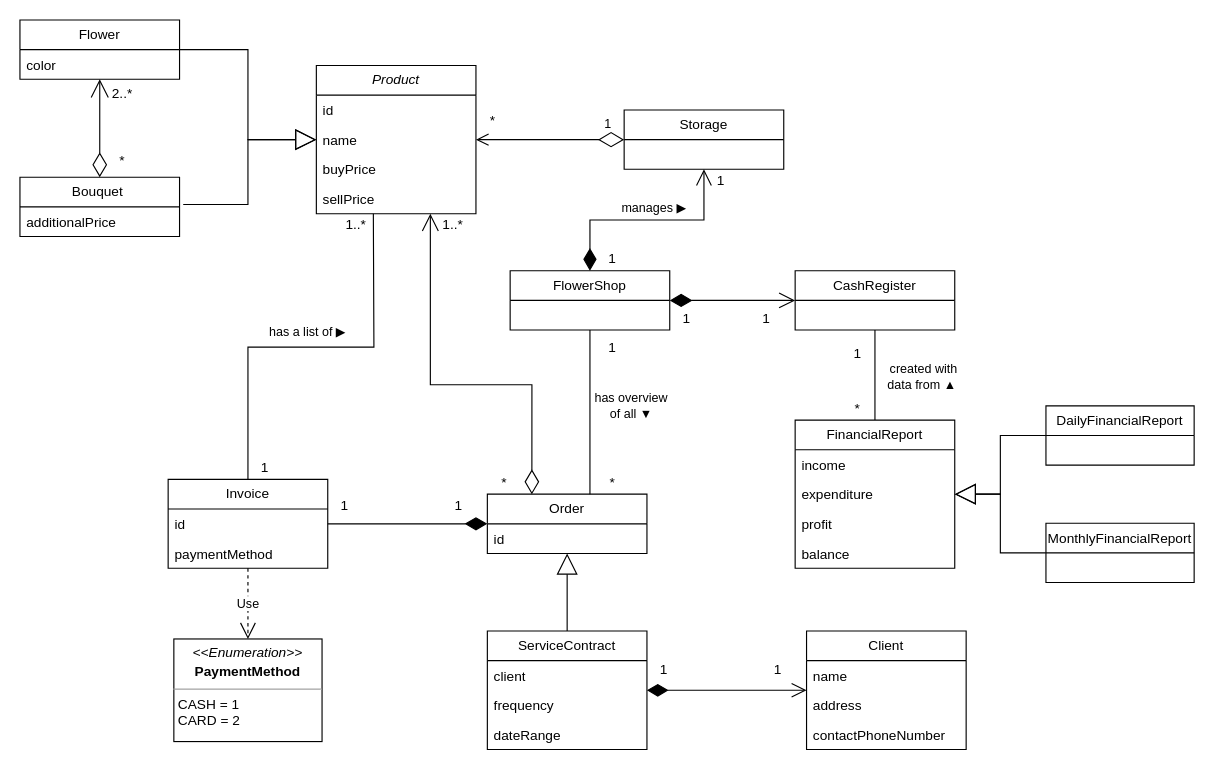
Before: src/main/asciidoc/models/analysis/classdiagram.drawio in mrEkso/Flower-Shop-Management-System, a draw.io diagram. Source tidied: cells renumbered, new cells numbered last; positions are measured from the earlier drawing's top-left corner, leaving out a move shared by most shapes. Both pictures are drawn from the tidied source at 114%, with x=0, y=0 at pixel (19, 19).
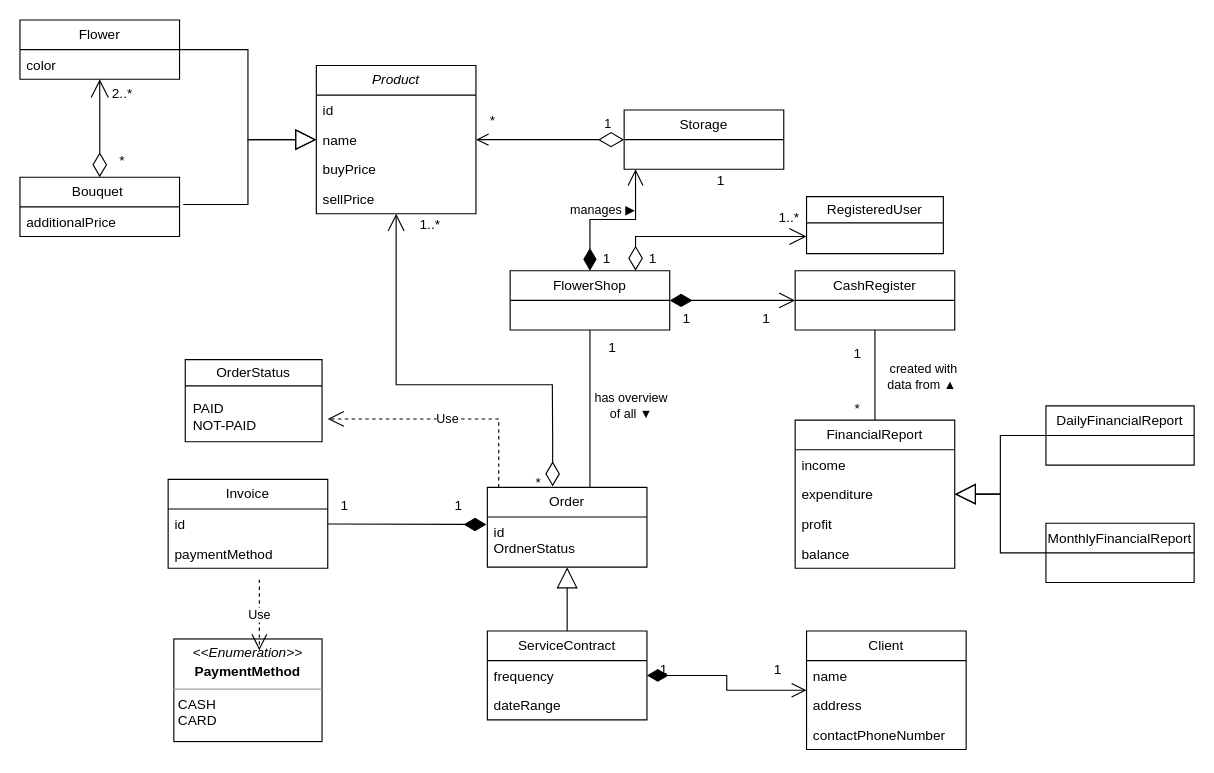
Above is the later version.

The change refers to these unchanged cells:
```xml
<mxCell id="9" value="Storage" style="swimlane;fontStyle=0;horizontal=1;startSize=26;fillColor=none;whiteSpace=wrap;html=1;" parent="1" vertex="1">
  <mxGeometry x="530" y="79" width="140" height="52" as="geometry" />
</mxCell>
<mxCell id="12" value="FlowerShop" style="swimlane;fontStyle=0;horizontal=1;startSize=26;fillColor=none;whiteSpace=wrap;html=1;" parent="1" vertex="1">
  <mxGeometry x="430" y="220" width="140" height="52" as="geometry" />
</mxCell>
<mxCell id="24" value="Invoice" style="swimlane;fontStyle=0;horizontal=1;startSize=26;fillColor=none;whiteSpace=wrap;html=1;" parent="1" vertex="1">
  <mxGeometry x="130" y="403" width="140" height="78" as="geometry" />
</mxCell>
<mxCell id="44" value="&lt;i&gt;Product&lt;/i&gt;" style="swimlane;fontStyle=0;horizontal=1;startSize=26;fillColor=none;whiteSpace=wrap;html=1;" parent="1" vertex="1">
  <mxGeometry x="260" y="40" width="140" height="130" as="geometry" />
</mxCell>
```

Diff of the diagram source:
```diff
@@
-<mxGraphModel>
+<mxGraphModel background="#FFFFFF">
@@
     <mxCell id="16" value="1" style="text;html=1;strokeColor=none;fillColor=none;align=center;verticalAlign=middle;whiteSpace=wrap;rounded=0;" parent="1" vertex="1">
-      <mxGeometry x="505" y="200" width="30" height="20" as="geometry" />
+      <mxGeometry x="500" y="200" width="30" height="20" as="geometry" />
     </mxCell>
@@
     <mxCell id="18" value="Order" style="swimlane;fontStyle=0;horizontal=1;startSize=26;fillColor=none;whiteSpace=wrap;html=1;" parent="1" vertex="1">
-      <mxGeometry x="410" y="416" width="140" height="52" as="geometry" />
+      <mxGeometry x="410" y="410" width="140" height="70" as="geometry" />
     </mxCell>
-    <mxCell id="19" value="id" style="text;strokeColor=none;fillColor=none;align=left;verticalAlign=top;spacingLeft=4;spacingRight=4;overflow=hidden;points=[[0,0.5],[1,0.5]];portConstraint=eastwest;whiteSpace=wrap;html=1;" parent="18" vertex="1">
-      <mxGeometry y="26" width="140" height="26" as="geometry" />
+    <mxCell id="19" value="id&lt;div&gt;OrdnerStatus&lt;/div&gt;" style="text;strokeColor=none;fillColor=none;align=left;verticalAlign=top;spacingLeft=4;spacingRight=4;overflow=hidden;points=[[0,0.5],[1,0.5]];portConstraint=eastwest;whiteSpace=wrap;html=1;" parent="18" vertex="1">
+      <mxGeometry y="26" width="140" height="44" as="geometry" />
     </mxCell>
     <mxCell id="20" value="ServiceContract" style="swimlane;fontStyle=0;horizontal=1;startSize=26;fillColor=none;whiteSpace=wrap;html=1;" parent="1" vertex="1">
-      <mxGeometry x="410" y="536" width="140" height="104" as="geometry" />
+      <mxGeometry x="410" y="536" width="140" height="78" as="geometry" />
     </mxCell>
-    <mxCell id="21" value="client" style="text;strokeColor=none;fillColor=none;align=left;verticalAlign=top;spacingLeft=4;spacingRight=4;overflow=hidden;whiteSpace=wrap;html=1;" parent="20" vertex="1">
-      <mxGeometry y="26" width="140" height="26" as="geometry" />
-    </mxCell>
     <mxCell id="22" value="frequency" style="text;strokeColor=none;fillColor=none;align=left;verticalAlign=top;spacingLeft=4;spacingRight=4;overflow=hidden;whiteSpace=wrap;html=1;" parent="20" vertex="1">
-      <mxGeometry y="52" width="140" height="26" as="geometry" />
+      <mxGeometry y="26" width="140" height="26" as="geometry" />
     </mxCell>
     <mxCell id="23" value="dateRange" style="text;strokeColor=none;fillColor=none;align=left;verticalAlign=top;spacingLeft=4;spacingRight=4;overflow=hidden;whiteSpace=wrap;html=1;" parent="20" vertex="1">
-      <mxGeometry y="78" width="140" height="26" as="geometry" />
+      <mxGeometry y="52" width="140" height="26" as="geometry" />
     </mxCell>
@@
-    <mxCell id="27" style="endArrow=none;html=1;endSize=12;startArrow=none;startSize=16;startFill=0;edgeStyle=orthogonalEdgeStyle;align=left;verticalAlign=bottom;rounded=0;exitX=0.5;exitY=0;exitDx=0;exitDy=0;endFill=0;" parent="1" edge="1" source="24">
-      <mxGeometry x="-0.1" y="9" relative="1" as="geometry">
-        <mxPoint x="310" y="170" as="targetPoint" />
-      </mxGeometry>
-    </mxCell>
-    <mxCell id="28" value="has a list of ▶" style="edgeLabel;html=1;align=center;verticalAlign=middle;" parent="27" vertex="1">
-      <mxGeometry x="-0.2" y="-1" relative="1" as="geometry">
-        <mxPoint x="30" y="-15" as="offset" />
-      </mxGeometry>
-    </mxCell>
@@
-    <mxCell id="30" value="1..*" style="text;html=1;strokeColor=none;fillColor=none;align=center;verticalAlign=middle;whiteSpace=wrap;rounded=0;" parent="1" vertex="1">
-      <mxGeometry x="280" y="170" width="30" height="20" as="geometry" />
-    </mxCell>
-    <mxCell id="31" style="endArrow=diamondThin;endFill=1;endSize=17;html=1;rounded=0;" parent="1" edge="1" source="24" target="18">
+    <mxCell id="31" style="endArrow=diamondThin;endFill=1;endSize=17;html=1;rounded=0;entryX=-0.006;entryY=0.149;entryDx=0;entryDy=0;entryPerimeter=0;" parent="1" edge="1" source="24" target="19">
       <mxGeometry relative="1" as="geometry" />
     </mxCell>
@@
-    <mxCell id="34" style="endArrow=block;endSize=16;endFill=0;html=1;rounded=0;" parent="1" edge="1" source="20" target="18">
-      <mxGeometry relative="1" as="geometry" />
+    <mxCell id="34" style="endArrow=block;endSize=16;endFill=0;html=1;rounded=0;" parent="1" edge="1" source="20">
+      <mxGeometry relative="1" as="geometry">
+        <mxPoint x="480" y="480" as="targetPoint" />
+      </mxGeometry>
     </mxCell>
@@
-    <mxCell id="43" value="*" style="text;html=1;strokeColor=none;fillColor=none;align=center;verticalAlign=middle;whiteSpace=wrap;rounded=0;" parent="1" vertex="1">
-      <mxGeometry x="505" y="396" width="30" height="20" as="geometry" />
+    <mxCell id="43" value="1..*" style="text;html=1;strokeColor=none;fillColor=none;align=center;verticalAlign=middle;whiteSpace=wrap;rounded=0;" parent="1" vertex="1">
+      <mxGeometry x="660" y="164" width="30" height="20" as="geometry" />
     </mxCell>
@@
     <mxCell id="52" style="endArrow=open;html=1;endSize=12;startArrow=diamondThin;startSize=17;startFill=1;edgeStyle=orthogonalEdgeStyle;align=left;verticalAlign=bottom;rounded=0;" parent="1" edge="1" source="12" target="9">
-      <mxGeometry x="-1" y="3" relative="1" as="geometry" />
+      <mxGeometry x="-1" y="3" relative="1" as="geometry">
+        <Array as="points">
+          <mxPoint x="500" y="175" />
+          <mxPoint x="540" y="175" />
+        </Array>
+      </mxGeometry>
     </mxCell>
@@
-    <mxCell id="55" style="endArrow=open;html=1;endSize=13;startArrow=diamondThin;startSize=19;startFill=0;edgeStyle=orthogonalEdgeStyle;align=left;verticalAlign=bottom;rounded=0;exitX=0.279;exitY=0.003;exitDx=0;exitDy=0;exitPerimeter=0;" parent="1" edge="1" source="18" target="44">
+    <mxCell id="55" style="endArrow=open;html=1;endSize=13;startArrow=diamondThin;startSize=19;startFill=0;edgeStyle=orthogonalEdgeStyle;align=left;verticalAlign=bottom;rounded=0;exitX=0.409;exitY=-0.012;exitDx=0;exitDy=0;exitPerimeter=0;" parent="1" edge="1" source="18" target="44">
       <mxGeometry x="-1" y="3" relative="1" as="geometry">
         <Array as="points">
-          <mxPoint x="449" y="320" />
+          <mxPoint x="467" y="370" />
+          <mxPoint x="467" y="320" />
           <mxPoint x="360" y="320" />
         </Array>
       </mxGeometry>
     </mxCell>
     <mxCell id="56" value="1..*" style="text;html=1;strokeColor=none;fillColor=none;align=center;verticalAlign=middle;whiteSpace=wrap;rounded=0;" parent="1" vertex="1">
-      <mxGeometry x="360" y="170" width="40" height="20" as="geometry" />
+      <mxGeometry x="340" y="170" width="40" height="20" as="geometry" />
     </mxCell>
     <mxCell id="57" value="*" style="text;html=1;strokeColor=none;fillColor=none;align=center;verticalAlign=middle;whiteSpace=wrap;rounded=0;" parent="1" vertex="1">
-      <mxGeometry x="410" y="396" width="30" height="20" as="geometry" />
+      <mxGeometry x="440" y="396" width="30" height="20" as="geometry" />
     </mxCell>
-    <mxCell id="58" value="&lt;p style=&quot;margin: 4px 0px 0px; text-align: center; line-height: 140%;&quot;&gt;&lt;i&gt;&amp;lt;&amp;lt;Enumeration&amp;gt;&amp;gt;&lt;/i&gt;&lt;br&gt;&lt;b&gt;PaymentMethod&lt;/b&gt;&lt;/p&gt;&lt;hr size=&quot;1&quot;&gt;&lt;p style=&quot;margin: 0px 0px 0px 4px;&quot;&gt;CASH = 1&lt;/p&gt;&lt;p style=&quot;margin: 0px 0px 0px 4px;&quot;&gt;CARD = 2&lt;/p&gt;" style="verticalAlign=top;align=left;overflow=fill;fontSize=12;fontFamily=Helvetica;html=1;whiteSpace=wrap;" parent="1" vertex="1">
+    <mxCell id="58" value="&lt;p style=&quot;margin: 4px 0px 0px; text-align: center; line-height: 140%;&quot;&gt;&lt;i&gt;&amp;lt;&amp;lt;Enumeration&amp;gt;&amp;gt;&lt;/i&gt;&lt;br&gt;&lt;b&gt;PaymentMethod&lt;/b&gt;&lt;/p&gt;&lt;hr size=&quot;1&quot;&gt;&lt;p style=&quot;margin: 0px 0px 0px 4px;&quot;&gt;CASH&lt;/p&gt;&lt;p style=&quot;margin: 0px 0px 0px 4px;&quot;&gt;CARD&lt;/p&gt;" style="verticalAlign=top;align=left;overflow=fill;fontSize=12;fontFamily=Helvetica;html=1;whiteSpace=wrap;" parent="1" vertex="1">
       <mxGeometry x="135" y="543" width="130" height="90" as="geometry" />
     </mxCell>
-    <mxCell id="59" value="Use" style="endArrow=open;endSize=12;dashed=1;html=1;rounded=0;" parent="1" edge="1" source="24" target="58">
-      <mxGeometry relative="1" as="geometry" />
+    <mxCell id="59" value="Use" style="endArrow=open;endSize=12;dashed=1;html=1;rounded=0;" parent="1" edge="1">
+      <mxGeometry relative="1" as="geometry">
+        <mxPoint x="420" y="410" as="sourcePoint" />
+        <mxPoint x="270" y="350" as="targetPoint" />
+        <Array as="points">
+          <mxPoint x="420" y="350" />
+          <mxPoint x="340" y="350" />
+        </Array>
+      </mxGeometry>
     </mxCell>
-    <mxCell id="60" value="1" style="text;html=1;strokeColor=none;fillColor=none;align=center;verticalAlign=middle;whiteSpace=wrap;rounded=0;" parent="1" vertex="1">
-      <mxGeometry x="200" y="383" width="30" height="20" as="geometry" />
-    </mxCell>
@@
     <mxCell id="72" value="manages ▶" style="edgeLabel;html=1;align=center;verticalAlign=middle;" parent="1" vertex="1">
-      <mxGeometry x="555" y="164" as="geometry" />
+      <mxGeometry x="565" y="170" as="geometry">
+        <mxPoint x="-55" y="-4" as="offset" />
+      </mxGeometry>
     </mxCell>
@@
+    <mxCell id="74" value="&lt;span style=&quot;font-weight: normal;&quot;&gt;OrderStatus&lt;/span&gt;" style="swimlane;whiteSpace=wrap;html=1;" parent="1" vertex="1">
+      <mxGeometry x="145" y="298" width="120" height="72" as="geometry" />
+    </mxCell>
+    <mxCell id="75" value="PAID&lt;div&gt;NOT-PAID&lt;/div&gt;" style="text;html=1;align=left;verticalAlign=middle;strokeColor=none;fillColor=none;" parent="74" vertex="1">
+      <mxGeometry x="5" y="30" width="80" height="40" as="geometry" />
+    </mxCell>
+    <mxCell id="76" value="Use" style="endArrow=open;endSize=12;dashed=1;html=1;rounded=0;" parent="1" edge="1">
+      <mxGeometry relative="1" as="geometry">
+        <mxPoint x="210" y="491" as="sourcePoint" />
+        <mxPoint x="210" y="553" as="targetPoint" />
+      </mxGeometry>
+    </mxCell>
+    <mxCell id="77" value="&lt;span style=&quot;font-weight: normal;&quot;&gt;RegisteredUser&lt;/span&gt;" style="swimlane;whiteSpace=wrap;html=1;" parent="1" vertex="1">
+      <mxGeometry x="690" y="155" width="120" height="50" as="geometry" />
+    </mxCell>
+    <mxCell id="78" style="endArrow=open;html=1;endSize=13;startArrow=diamondThin;startSize=19;startFill=0;edgeStyle=orthogonalEdgeStyle;align=left;verticalAlign=bottom;rounded=0;exitX=0.786;exitY=0;exitDx=0;exitDy=0;exitPerimeter=0;" parent="1" edge="1" source="12">
+      <mxGeometry x="-1" y="3" relative="1" as="geometry">
+        <mxPoint x="690" y="190" as="targetPoint" />
+        <Array as="points">
+          <mxPoint x="540" y="190" />
+          <mxPoint x="690" y="190" />
+        </Array>
+      </mxGeometry>
+    </mxCell>
+    <mxCell id="60" value="1" style="text;html=1;align=center;verticalAlign=middle;strokeColor=none;fillColor=none;" parent="1" vertex="1">
+      <mxGeometry x="540" y="195" width="30" height="30" as="geometry" />
+    </mxCell>
```
